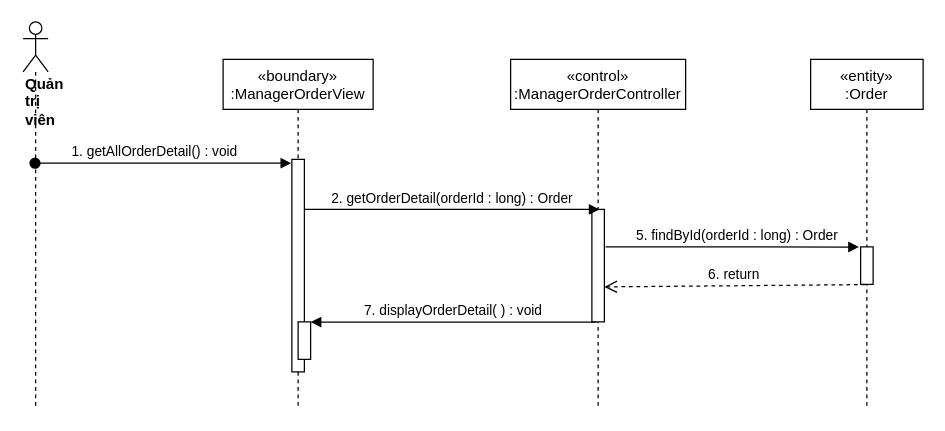
Above: sequence diagram/view-orderDetail-sequence-diagram.drawio in nguyenphamvan/datn_20202 (draw.io), before the change. Source tidied: cells renumbered, new cells numbered last; positions are measured from the earlier drawing's top-left corner, leaving out a move shared by most shapes. Both pictures are drawn from the tidied source at 125%, with x=0, y=0 at pixel (22, 21).
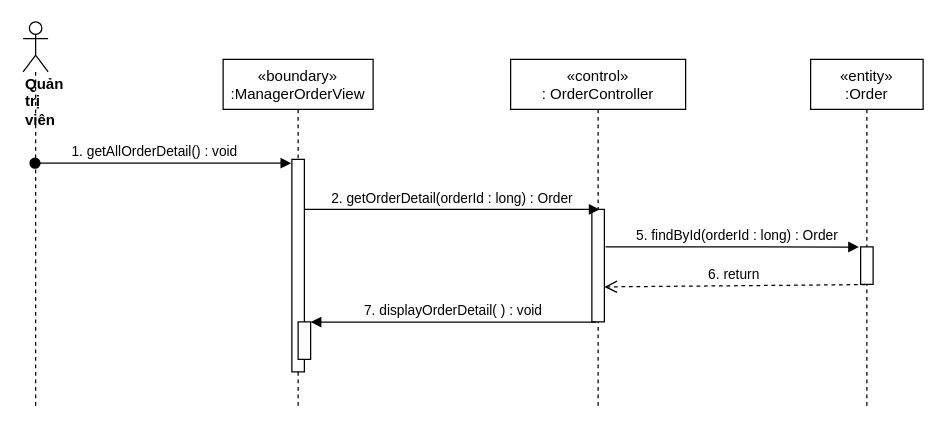
After the change.

Diff of the diagram source:
```diff
@@
 <mxGraphModel>
   <root>
     <mxCell id="0" />
     <mxCell id="1" parent="0" />
     <mxCell id="2" value="«boundary»&#10;:ManagerOrderView" style="shape=umlLifeline;perimeter=lifelinePerimeter;rounded=0;shadow=0;strokeWidth=1;" parent="1" vertex="1">
       <mxGeometry x="160" y="30" width="120" height="280" as="geometry" />
     </mxCell>
     <mxCell id="3" style="points=[];perimeter=orthogonalPerimeter;rounded=0;shadow=0;strokeWidth=1;" parent="2" vertex="1">
       <mxGeometry x="55" y="80" width="10" height="170" as="geometry" />
     </mxCell>
     <mxCell id="4" style="html=1;points=[];perimeter=orthogonalPerimeter;" parent="2" vertex="1">
       <mxGeometry x="60" y="210" width="10" height="30" as="geometry" />
     </mxCell>
-    <mxCell id="5" value="«control»&#10;:ManagerOrderController" style="shape=umlLifeline;perimeter=lifelinePerimeter;rounded=0;shadow=0;strokeWidth=1;" parent="1" vertex="1">
+    <mxCell id="5" value="«control»&#10;: OrderController" style="shape=umlLifeline;perimeter=lifelinePerimeter;rounded=0;shadow=0;strokeWidth=1;" parent="1" vertex="1">
       <mxGeometry x="390" y="30" width="140" height="280" as="geometry" />
     </mxCell>
     <mxCell id="6" style="points=[];perimeter=orthogonalPerimeter;rounded=0;shadow=0;strokeWidth=1;" parent="5" vertex="1">
       <mxGeometry x="65" y="120" width="10" height="90" as="geometry" />
     </mxCell>
     <mxCell id="7" value="&lt;div&gt;&lt;b&gt;Quản trị viên&lt;/b&gt;&lt;/div&gt;" style="shape=umlLifeline;participant=umlActor;perimeter=lifelinePerimeter;whiteSpace=wrap;html=1;verticalAlign=top;spacingTop=36;outlineConnect=0;align=left;" parent="1" vertex="1">
       <mxGeometry width="20" height="310" as="geometry" />
     </mxCell>
     <mxCell id="8" value="1. getAllOrderDetail() : void" style="verticalAlign=bottom;startArrow=oval;endArrow=block;startSize=8;shadow=0;strokeWidth=1;entryX=-0.05;entryY=0.018;entryDx=0;entryDy=0;entryPerimeter=0;" parent="1" edge="1" source="7" target="3">
       <mxGeometry x="-0.06" relative="1" as="geometry" />
     </mxCell>
     <mxCell id="9" value="2. getOrderDetail(orderId : long) : Order" style="html=1;verticalAlign=bottom;endArrow=block;entryX=0.617;entryY=0.001;entryDx=0;entryDy=0;entryPerimeter=0;" parent="1" edge="1" source="3" target="6">
       <mxGeometry relative="1" as="geometry" />
     </mxCell>
     <mxCell id="10" value="«entity»&#10;:Order" style="shape=umlLifeline;perimeter=lifelinePerimeter;rounded=0;shadow=0;strokeWidth=1;" parent="1" vertex="1">
       <mxGeometry x="630" y="30" width="90" height="280" as="geometry" />
     </mxCell>
     <mxCell id="11" style="points=[];perimeter=orthogonalPerimeter;rounded=0;shadow=0;strokeWidth=1;" parent="10" vertex="1">
       <mxGeometry x="40" y="150" width="10" height="30" as="geometry" />
     </mxCell>
     <mxCell id="12" value="5. findById(orderId : long) : Order" style="html=1;verticalAlign=bottom;endArrow=block;entryX=-0.133;entryY=0.004;entryDx=0;entryDy=0;entryPerimeter=0;exitX=1.1;exitY=0.333;exitDx=0;exitDy=0;exitPerimeter=0;" parent="1" edge="1" source="6" target="11">
       <mxGeometry x="0.04" relative="1" as="geometry" />
     </mxCell>
     <mxCell id="13" value="6. return&amp;nbsp;" style="html=1;verticalAlign=bottom;endArrow=open;dashed=1;endSize=8;exitX=0.367;exitY=1.006;exitDx=0;exitDy=0;exitPerimeter=0;entryX=1;entryY=0.689;entryDx=0;entryDy=0;entryPerimeter=0;" parent="1" edge="1" source="11" target="6">
       <mxGeometry relative="1" as="geometry" />
     </mxCell>
     <mxCell id="14" value="7. displayOrderDetail( ) : void" style="verticalAlign=bottom;endArrow=block;shadow=0;strokeWidth=1;exitX=0.34;exitY=1.002;exitDx=0;exitDy=0;exitPerimeter=0;" parent="1" edge="1" source="6" target="4">
       <mxGeometry relative="1" as="geometry" />
     </mxCell>
   </root>
 </mxGraphModel>
```
